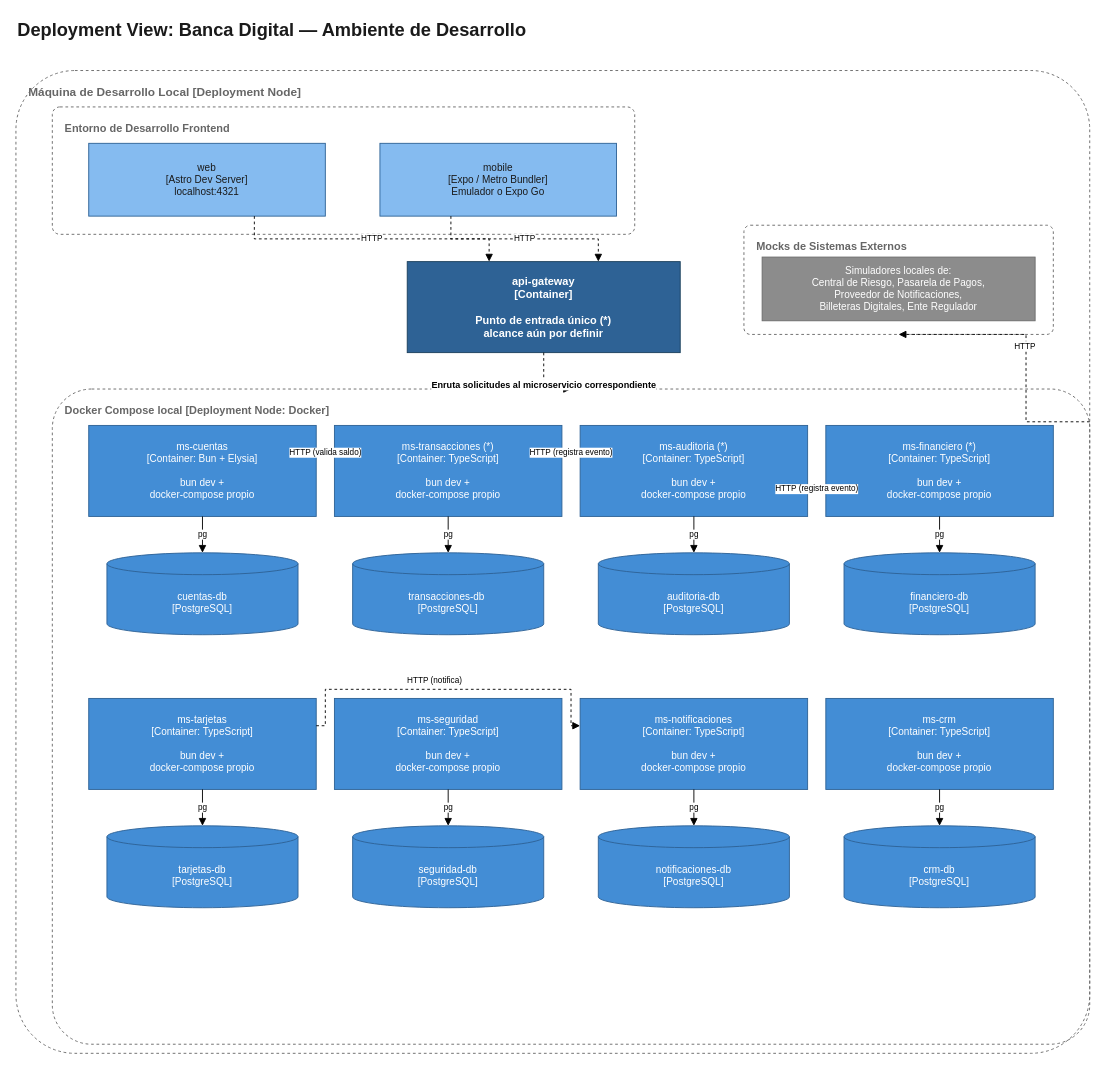
The draw.io diagram docs/diagrams/deployment.drawio in javer-ia-nos/documentacion, before the edit. Source tidied: cells renumbered, new cells numbered last; positions are measured from the earlier drawing's top-left corner, leaving out a move shared by most shapes. Both pictures are drawn from the tidied source at 91%, with x=0, y=0 at pixel (15, 15).
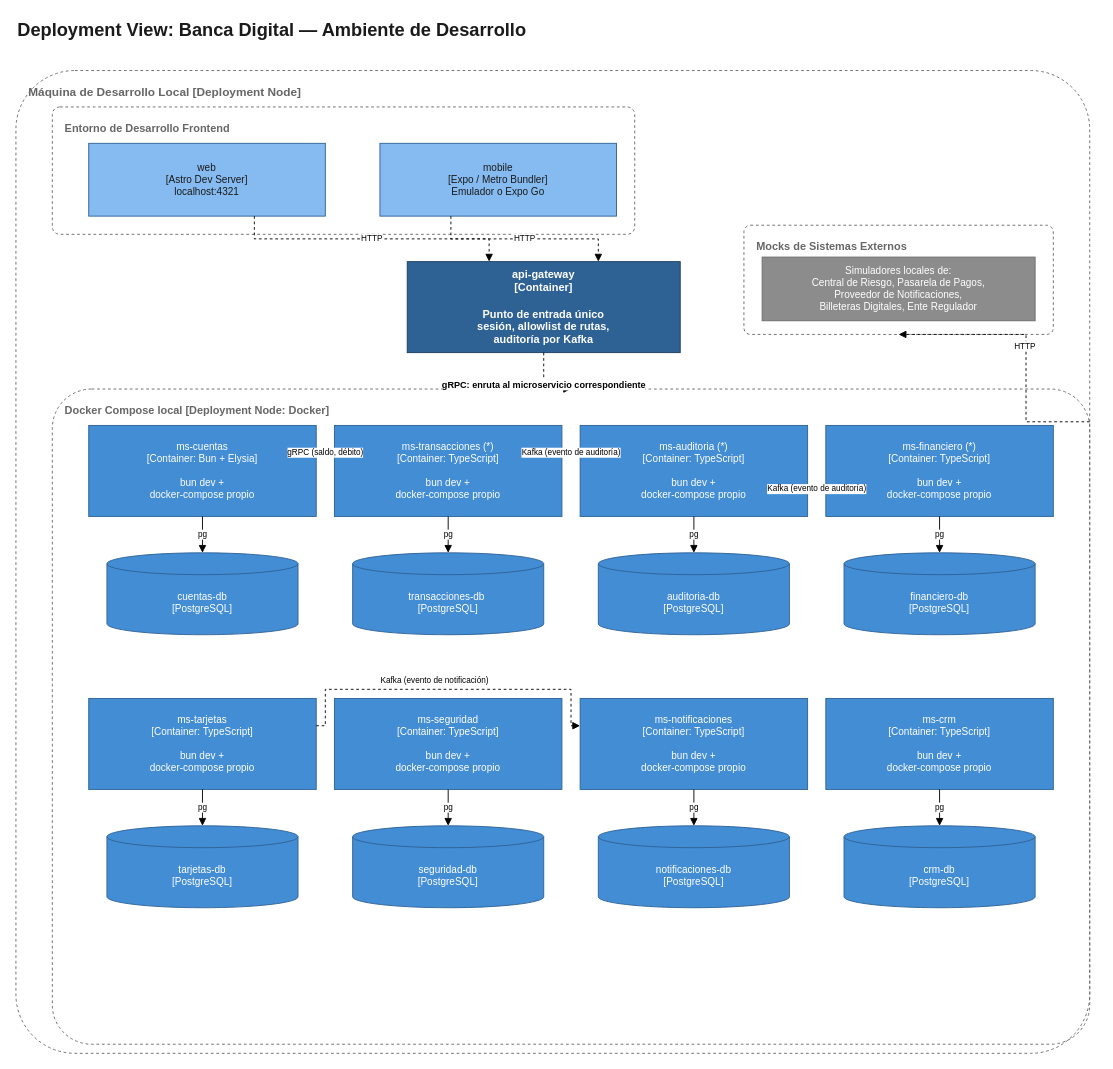
The same page after the edit.

The change refers to these unchanged cells:
```xml
<mxCell id="10" value="Docker Compose local [Deployment Node: Docker]" style="rounded=1;whiteSpace=wrap;html=1;fillColor=none;strokeColor=#666666;dashed=1;arcSize=6;verticalAlign=top;align=left;spacingLeft=12;spacingTop=10;fontStyle=1;fontColor=#666666;fontSize=12;" parent="1" vertex="1">
  <mxGeometry x="40" y="410" width="1140" height="720" as="geometry" />
</mxCell>
<mxCell id="11" value="ms-cuentas&lt;br&gt;[Container: Bun + Elysia]&lt;br&gt;&lt;br&gt;&lt;div&gt;bun dev +&lt;br&gt;docker-compose propio&lt;/div&gt;" style="rounded=0;whiteSpace=wrap;html=1;fillColor=#438DD5;strokeColor=#2E6295;fontColor=#ffffff;fontSize=11;align=center;verticalAlign=middle;" parent="1" vertex="1">
  <mxGeometry x="80" y="450" width="250" height="100" as="geometry" />
</mxCell>
<mxCell id="13" value="ms-transacciones (*)&lt;br&gt;[Container: TypeScript]&lt;br&gt;&lt;br&gt;bun dev +&lt;br&gt;docker-compose propio" style="rounded=0;whiteSpace=wrap;html=1;fillColor=#438DD5;strokeColor=#2E6295;fontColor=#ffffff;fontSize=11;align=center;verticalAlign=middle;" parent="1" vertex="1">
  <mxGeometry x="350" y="450" width="250" height="100" as="geometry" />
</mxCell>
<mxCell id="15" value="ms-auditoria (*)&lt;br&gt;[Container: TypeScript]&lt;br&gt;&lt;br&gt;bun dev +&lt;br&gt;docker-compose propio" style="rounded=0;whiteSpace=wrap;html=1;fillColor=#438DD5;strokeColor=#2E6295;fontColor=#ffffff;fontSize=11;align=center;verticalAlign=middle;" parent="1" vertex="1">
  <mxGeometry x="620" y="450" width="250" height="100" as="geometry" />
</mxCell>
<mxCell id="17" value="ms-financiero (*)&lt;br&gt;[Container: TypeScript]&lt;br&gt;&lt;br&gt;bun dev +&lt;br&gt;docker-compose propio" style="rounded=0;whiteSpace=wrap;html=1;fillColor=#438DD5;strokeColor=#2E6295;fontColor=#ffffff;fontSize=11;align=center;verticalAlign=middle;" parent="1" vertex="1">
  <mxGeometry x="890" y="450" width="250" height="100" as="geometry" />
</mxCell>
<mxCell id="19" value="ms-tarjetas&lt;br&gt;[Container: TypeScript]&lt;br&gt;&lt;br&gt;bun dev +&lt;br&gt;docker-compose propio" style="rounded=0;whiteSpace=wrap;html=1;fillColor=#438DD5;strokeColor=#2E6295;fontColor=#ffffff;fontSize=11;align=center;verticalAlign=middle;" parent="1" vertex="1">
  <mxGeometry x="80" y="750" width="250" height="100" as="geometry" />
</mxCell>
<mxCell id="23" value="ms-notificaciones&lt;br&gt;[Container: TypeScript]&lt;br&gt;&lt;br&gt;bun dev +&lt;br&gt;docker-compose propio" style="rounded=0;whiteSpace=wrap;html=1;fillColor=#438DD5;strokeColor=#2E6295;fontColor=#ffffff;fontSize=11;align=center;verticalAlign=middle;" parent="1" vertex="1">
  <mxGeometry x="620" y="750" width="250" height="100" as="geometry" />
</mxCell>
```

Change to the diagram source:
```diff
@@
-    <mxCell id="7" value="api-gateway&#10;[Container]&#10;&#10;Punto de entrada único (*)&#10;alcance aún por definir" style="rounded=0;whiteSpace=wrap;html=1;fillColor=#2E6295;strokeColor=#1a3f5c;fontColor=#ffffff;fontSize=12;align=center;verticalAlign=middle;fontStyle=1;" parent="1" vertex="1">
+    <mxCell id="7" value="api-gateway&#10;[Container]&#10;&#10;Punto de entrada único&#10;sesión, allowlist de rutas,&#10;auditoría por Kafka" style="rounded=0;whiteSpace=wrap;html=1;fillColor=#2E6295;strokeColor=#1a3f5c;fontColor=#ffffff;fontSize=12;align=center;verticalAlign=middle;fontStyle=1;" parent="1" vertex="1">
       <mxGeometry x="430" y="270" width="300" height="100" as="geometry" />
     </mxCell>
@@
-    <mxCell id="29" value="Enruta solicitudes al microservicio correspondiente" style="edgeStyle=orthogonalEdgeStyle;rounded=0;html=1;dashed=1;endArrow=block;fontSize=10;exitX=0.5;exitY=1;entryX=0.5;entryY=0;fontStyle=1;" parent="1" edge="1" source="7" target="10">
+    <mxCell id="29" value="gRPC: enruta al microservicio correspondiente" style="edgeStyle=orthogonalEdgeStyle;rounded=0;html=1;dashed=1;endArrow=block;fontSize=10;exitX=0.5;exitY=1;entryX=0.5;entryY=0;fontStyle=1;" parent="1" edge="1" source="7" target="10">
       <mxGeometry relative="1" as="geometry">
         <Array as="points">
           <mxPoint x="580" y="410" />
         </Array>
       </mxGeometry>
     </mxCell>
@@
-    <mxCell id="39" value="HTTP (valida saldo)" style="edgeStyle=orthogonalEdgeStyle;rounded=0;html=1;dashed=1;endArrow=block;fontSize=9;exitX=0;exitY=0.3;entryX=1;entryY=0.3;" parent="1" edge="1" source="13" target="11">
+    <mxCell id="39" value="gRPC (saldo, débito)" style="edgeStyle=orthogonalEdgeStyle;rounded=0;html=1;dashed=1;endArrow=block;fontSize=9;exitX=0;exitY=0.3;entryX=1;entryY=0.3;" parent="1" edge="1" source="13" target="11">
       <mxGeometry relative="1" as="geometry" />
     </mxCell>
-    <mxCell id="40" value="HTTP (registra evento)" style="edgeStyle=orthogonalEdgeStyle;rounded=0;html=1;dashed=1;endArrow=block;fontSize=9;exitX=1;exitY=0.3;entryX=0;entryY=0.3;" parent="1" edge="1" source="13" target="15">
+    <mxCell id="40" value="Kafka (evento de auditoría)" style="edgeStyle=orthogonalEdgeStyle;rounded=0;html=1;dashed=1;endArrow=block;fontSize=9;exitX=1;exitY=0.3;entryX=0;entryY=0.3;" parent="1" edge="1" source="13" target="15">
       <mxGeometry relative="1" as="geometry" />
     </mxCell>
-    <mxCell id="41" value="HTTP (registra evento)" style="edgeStyle=orthogonalEdgeStyle;rounded=0;html=1;dashed=1;endArrow=block;fontSize=9;exitX=0;exitY=0.7;entryX=1;entryY=0.7;" parent="1" edge="1" source="17" target="15">
+    <mxCell id="41" value="Kafka (evento de auditoría)" style="edgeStyle=orthogonalEdgeStyle;rounded=0;html=1;dashed=1;endArrow=block;fontSize=9;exitX=0;exitY=0.7;entryX=1;entryY=0.7;" parent="1" edge="1" source="17" target="15">
       <mxGeometry relative="1" as="geometry" />
     </mxCell>
-    <mxCell id="42" value="HTTP (notifica)" style="edgeStyle=orthogonalEdgeStyle;rounded=0;html=1;dashed=1;endArrow=block;fontSize=9;exitX=1;exitY=0.3;entryX=0;entryY=0.3;" parent="1" edge="1" source="19" target="23">
+    <mxCell id="42" value="Kafka (evento de notificación)" style="edgeStyle=orthogonalEdgeStyle;rounded=0;html=1;dashed=1;endArrow=block;fontSize=9;exitX=1;exitY=0.3;entryX=0;entryY=0.3;" parent="1" edge="1" source="19" target="23">
       <mxGeometry x="-0.08" y="10" relative="1" as="geometry">
         <Array as="points">
           <mxPoint x="340" y="780" />
           <mxPoint x="340" y="740" />
           <mxPoint x="610" y="740" />
           <mxPoint x="610" y="780" />
         </Array>
       </mxGeometry>
     </mxCell>
```
